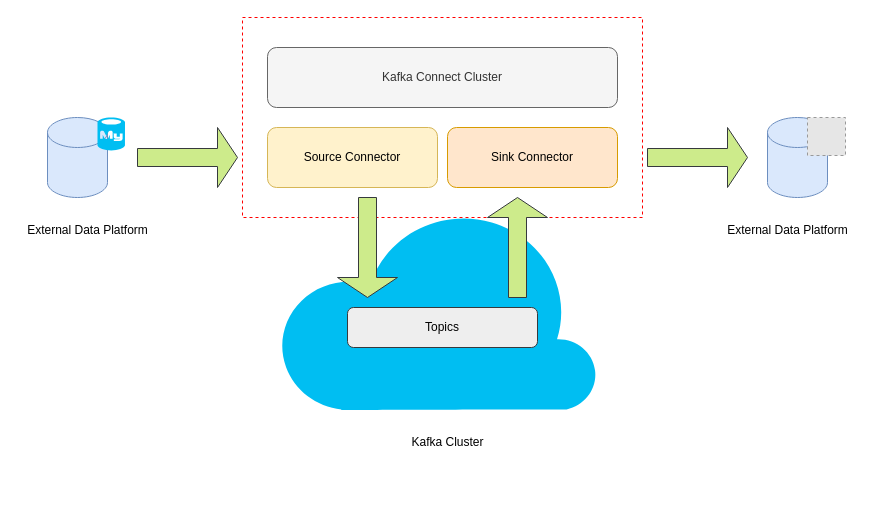
Above: Kafka Connect as a Service.drawio in jiangtao7/draw.io (draw.io), before the change. Source tidied: cells renumbered, new cells numbered last; positions are measured from the earlier drawing's top-left corner, leaving out a move shared by most shapes. Both pictures are drawn from the tidied source at 100%, with x=0, y=0 at pixel (17, 17). Pictures stored in the file or linked from it are replaced by grey dashed boxes.
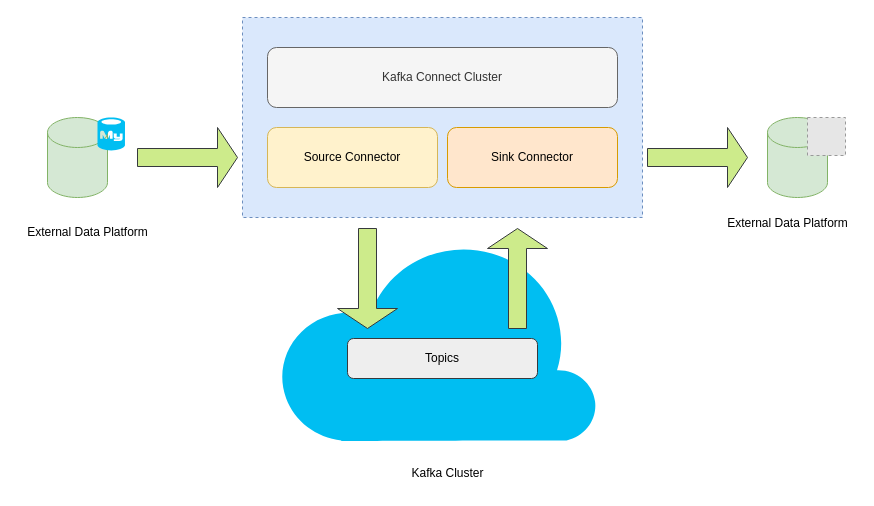
After the change.

Change to the diagram source:
```diff
@@
 <mxGraphModel>
   <root>
     <mxCell id="0" />
     <mxCell id="1" parent="0" />
-    <mxCell id="2" style="rounded=0;whiteSpace=wrap;html=1;dashed=1;strokeColor=#FF0000;" parent="1" vertex="1">
+    <mxCell id="2" style="rounded=0;whiteSpace=wrap;html=1;dashed=1;strokeColor=#6c8ebf;fillColor=#dae8fc;" parent="1" vertex="1">
       <mxGeometry x="225" width="400" height="200" as="geometry" />
     </mxCell>
     <mxCell id="3" style="verticalLabelPosition=bottom;html=1;verticalAlign=top;align=center;strokeColor=none;fillColor=#00BEF2;shape=mxgraph.azure.cloud;" parent="1" vertex="1">
-      <mxGeometry x="260" y="190" width="320" height="202.5" as="geometry" />
+      <mxGeometry x="260" y="221" width="320" height="202.5" as="geometry" />
     </mxCell>
-    <mxCell id="4" style="shape=cylinder3;whiteSpace=wrap;html=1;boundedLbl=1;backgroundOutline=1;size=15;fillColor=#dae8fc;strokeColor=#6c8ebf;" parent="1" vertex="1">
+    <mxCell id="4" style="shape=cylinder3;whiteSpace=wrap;html=1;boundedLbl=1;backgroundOutline=1;size=15;fillColor=#d5e8d4;strokeColor=#82b366;" parent="1" vertex="1">
       <mxGeometry x="30" y="100" width="60" height="80" as="geometry" />
     </mxCell>
-    <mxCell id="5" style="shape=cylinder3;whiteSpace=wrap;html=1;boundedLbl=1;backgroundOutline=1;size=15;fillColor=#dae8fc;strokeColor=#6c8ebf;" parent="1" vertex="1">
+    <mxCell id="5" style="shape=cylinder3;whiteSpace=wrap;html=1;boundedLbl=1;backgroundOutline=1;size=15;fillColor=#d5e8d4;strokeColor=#82b366;" parent="1" vertex="1">
       <mxGeometry x="750" y="100" width="60" height="80" as="geometry" />
     </mxCell>
     <mxCell id="6" value="Kafka Connect Cluster" style="rounded=1;whiteSpace=wrap;html=1;fillColor=#f5f5f5;fontColor=#333333;strokeColor=#666666;" parent="1" vertex="1">
       <mxGeometry x="250" y="30" width="350" height="60" as="geometry" />
     </mxCell>
     <mxCell id="7" value="Source Connector" style="rounded=1;whiteSpace=wrap;html=1;fillColor=#fff2cc;strokeColor=#d6b656;" parent="1" vertex="1">
       <mxGeometry x="250" y="110" width="170" height="60" as="geometry" />
     </mxCell>
     <mxCell id="8" value="Sink Connector" style="rounded=1;whiteSpace=wrap;html=1;fillColor=#ffe6cc;strokeColor=#d79b00;" parent="1" vertex="1">
       <mxGeometry x="430" y="110" width="170" height="60" as="geometry" />
     </mxCell>
     <mxCell id="9" value="Topics" style="rounded=1;whiteSpace=wrap;html=1;fillColor=#eeeeee;strokeColor=#36393d;" parent="1" vertex="1">
-      <mxGeometry x="330" y="290" width="190" height="40" as="geometry" />
+      <mxGeometry x="330" y="321" width="190" height="40" as="geometry" />
     </mxCell>
     <mxCell id="10" style="shape=singleArrow;direction=south;whiteSpace=wrap;html=1;fillColor=#cdeb8b;strokeColor=#36393d;" parent="1" vertex="1">
-      <mxGeometry x="320" y="180" width="60" height="100" as="geometry" />
+      <mxGeometry x="320" y="211" width="60" height="100" as="geometry" />
     </mxCell>
     <mxCell id="11" style="shape=singleArrow;direction=north;whiteSpace=wrap;html=1;fillColor=#cdeb8b;strokeColor=#36393d;" parent="1" vertex="1">
-      <mxGeometry x="470" y="180" width="60" height="100" as="geometry" />
+      <mxGeometry x="470" y="211" width="60" height="100" as="geometry" />
     </mxCell>
     <mxCell id="12" style="shape=singleArrow;whiteSpace=wrap;html=1;fillColor=#cdeb8b;strokeColor=#36393d;" parent="1" vertex="1">
       <mxGeometry x="120" y="110" width="100" height="60" as="geometry" />
     </mxCell>
     <mxCell id="13" style="shape=singleArrow;whiteSpace=wrap;html=1;fillColor=#cdeb8b;strokeColor=#36393d;" parent="1" vertex="1">
       <mxGeometry x="630" y="110" width="100" height="60" as="geometry" />
     </mxCell>
     <mxCell id="14" style="fillColor=#E6E6E6;strokeColor=#999999;dashed=1;html=1;verticalAlign=top;verticalLabelPosition=bottom;labelBackgroundColor=#ffffff;" parent="1" vertex="1">
       <mxGeometry x="790" y="100" width="38" height="38" as="geometry" />
     </mxCell>
     <mxCell id="15" style="verticalLabelPosition=bottom;html=1;verticalAlign=top;align=center;strokeColor=none;fillColor=#00BEF2;shape=mxgraph.azure.mysql_database;" parent="1" vertex="1">
       <mxGeometry x="80" y="100" width="27.5" height="33" as="geometry" />
     </mxCell>
     <mxCell id="16" value="External Data Platform" style="text;html=1;align=center;verticalAlign=middle;strokeColor=none;fillColor=none;" parent="1" vertex="1">
-      <mxGeometry y="198" width="140" height="30" as="geometry" />
+      <mxGeometry y="200" width="140" height="30" as="geometry" />
     </mxCell>
     <mxCell id="17" value="External Data Platform" style="text;html=1;align=center;verticalAlign=middle;strokeColor=none;fillColor=none;" parent="1" vertex="1">
-      <mxGeometry x="700" y="198" width="140" height="30" as="geometry" />
+      <mxGeometry x="700" y="191" width="140" height="30" as="geometry" />
     </mxCell>
     <mxCell id="18" value="Kafka Cluster" style="text;html=1;align=center;verticalAlign=middle;strokeColor=none;fillColor=none;" parent="1" vertex="1">
-      <mxGeometry x="380" y="410" width="100" height="30" as="geometry" />
+      <mxGeometry x="380" y="441" width="100" height="30" as="geometry" />
     </mxCell>
   </root>
 </mxGraphModel>
```
